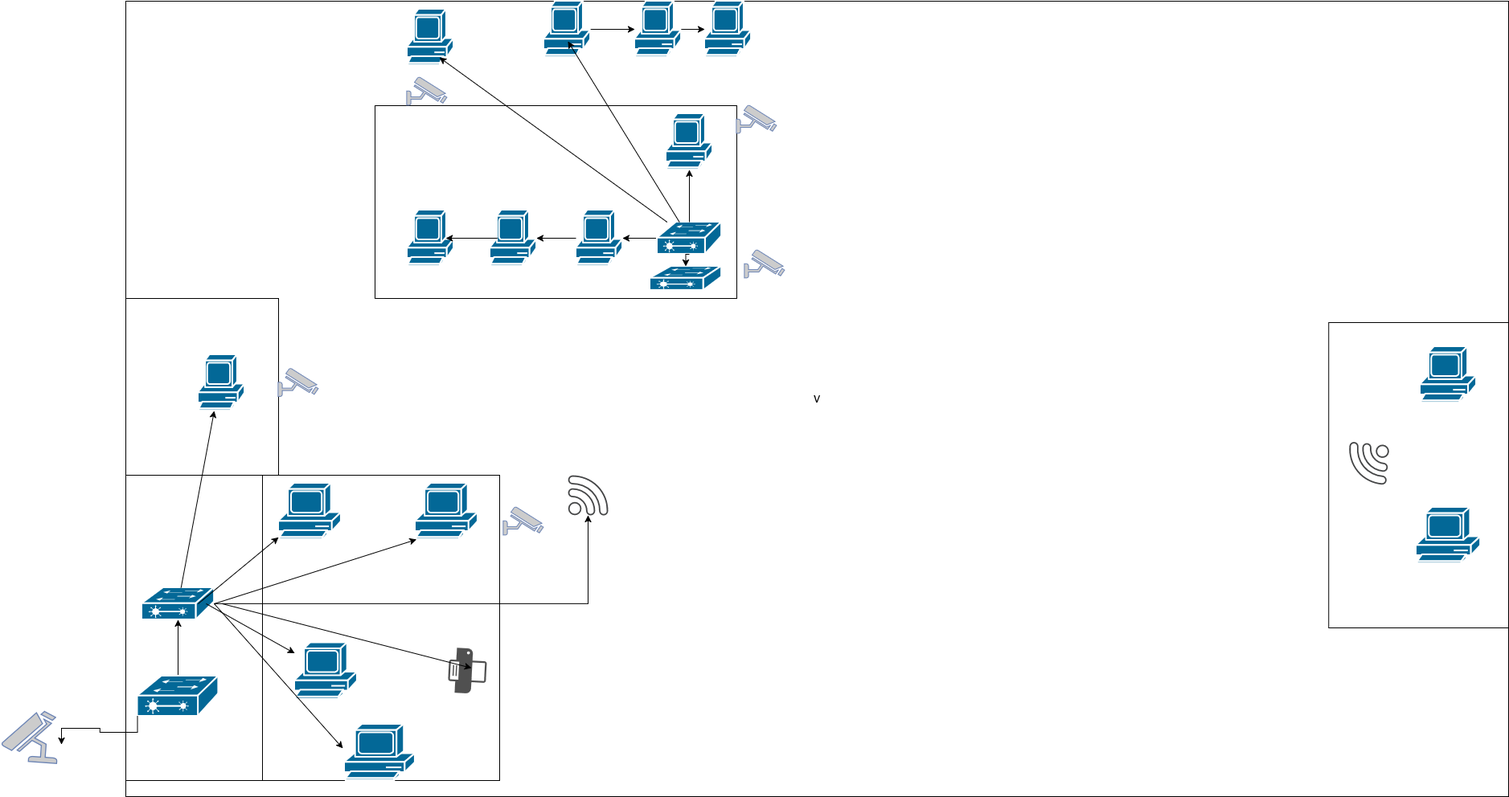
This is mapa_de_rede(Fábrica).drawio.png from GabrielBuenoSathler/mapa-de-rede, a draw.io export, as it was before one commit. Source tidied: cells renumbered, new cells last; positions are measured from the earlier drawing's top-left corner, leaving out a move shared by most shapes. The source it was exported from:
```xml
<mxGraphModel>
  <root>
    <mxCell id="0" />
    <mxCell id="1" parent="0" />
    <mxCell id="2" value="V" style="rounded=0;whiteSpace=wrap;html=1;" parent="1" vertex="1">
      <mxGeometry x="150" width="1720" height="990" as="geometry" />
    </mxCell>
    <mxCell id="3" style="rounded=0;whiteSpace=wrap;html=1;rotation=90;" parent="1" vertex="1">
      <mxGeometry x="195" y="550" width="380" height="460" as="geometry" />
    </mxCell>
    <mxCell id="4" style="rounded=0;whiteSpace=wrap;html=1;" parent="1" vertex="1">
      <mxGeometry x="150" y="590" width="170" height="380" as="geometry" />
    </mxCell>
    <mxCell id="5" style="edgeStyle=orthogonalEdgeStyle;rounded=0;jettySize=auto;html=1;" parent="1" edge="1" source="6" target="35">
      <mxGeometry relative="1" as="geometry" />
    </mxCell>
    <mxCell id="6" style="strokeColor=#ffffff;sketch=0;html=1;dashed=0;fillColor=#036897;strokeWidth=2;verticalLabelPosition=bottom;verticalAlign=top;align=center;outlineConnect=0;shape=mxgraph.cisco.switches.layer_2_remote_switch;" parent="1" vertex="1">
      <mxGeometry x="170" y="730" width="90" height="40" as="geometry" />
    </mxCell>
    <mxCell id="7" style="sketch=0;html=1;dashed=0;fillColor=#036897;strokeColor=#ffffff;strokeWidth=2;verticalLabelPosition=bottom;verticalAlign=top;align=center;outlineConnect=0;shape=mxgraph.cisco.computers_and_peripherals.pc;" parent="1" vertex="1">
      <mxGeometry x="340" y="600" width="78" height="70" as="geometry" />
    </mxCell>
    <mxCell id="8" style="sketch=0;html=1;dashed=0;fillColor=#036897;strokeColor=#ffffff;strokeWidth=2;verticalLabelPosition=bottom;verticalAlign=top;align=center;outlineConnect=0;shape=mxgraph.cisco.computers_and_peripherals.pc;" parent="1" vertex="1">
      <mxGeometry x="510" y="600" width="78" height="70" as="geometry" />
    </mxCell>
    <mxCell id="9" style="sketch=0;html=1;dashed=0;fillColor=#036897;strokeColor=#ffffff;strokeWidth=2;verticalLabelPosition=bottom;verticalAlign=top;align=center;outlineConnect=0;shape=mxgraph.cisco.computers_and_peripherals.pc;" parent="1" vertex="1">
      <mxGeometry x="360" y="798.5" width="78" height="70" as="geometry" />
    </mxCell>
    <mxCell id="10" style="sketch=0;shadow=0;dashed=0;html=1;strokeColor=none;fillColor=#505050;labelPosition=center;verticalLabelPosition=bottom;verticalAlign=top;align=center;shape=mxgraph.office.devices.printer;rotation=93;" parent="1" vertex="1">
      <mxGeometry x="547" y="810" width="56" height="47" as="geometry" />
    </mxCell>
    <mxCell id="11" style="rounded=0;whiteSpace=wrap;html=1;" parent="1" vertex="1">
      <mxGeometry x="150" y="370" width="190" height="220" as="geometry" />
    </mxCell>
    <mxCell id="12" style="sketch=0;html=1;dashed=0;fillColor=#036897;strokeColor=#ffffff;strokeWidth=2;verticalLabelPosition=bottom;verticalAlign=top;align=center;shape=mxgraph.cisco.computers_and_peripherals.pc;" parent="1" vertex="1">
      <mxGeometry x="240" y="440" width="58" height="70" as="geometry" />
    </mxCell>
    <mxCell id="13" style="rounded=0;whiteSpace=wrap;html=1;" parent="1" vertex="1">
      <mxGeometry x="460" y="130" width="450" height="240" as="geometry" />
    </mxCell>
    <mxCell id="14" style="edgeStyle=orthogonalEdgeStyle;rounded=0;jettySize=auto;html=1;" parent="1" edge="1" source="15" target="25">
      <mxGeometry relative="1" as="geometry" />
    </mxCell>
    <mxCell id="15" style="sketch=0;html=1;dashed=0;fillColor=#036897;strokeColor=#ffffff;strokeWidth=2;verticalLabelPosition=bottom;verticalAlign=top;align=center;outlineConnect=0;shape=mxgraph.cisco.computers_and_peripherals.pc;" parent="1" vertex="1">
      <mxGeometry x="710" y="260" width="58" height="70" as="geometry" />
    </mxCell>
    <mxCell id="16" style="sketch=0;html=1;dashed=0;fillColor=#036897;strokeColor=#ffffff;strokeWidth=2;verticalLabelPosition=bottom;verticalAlign=top;align=center;outlineConnect=0;shape=mxgraph.cisco.computers_and_peripherals.pc;" parent="1" vertex="1">
      <mxGeometry x="822" y="140" width="58" height="70" as="geometry" />
    </mxCell>
    <mxCell id="17" style="sketch=0;html=1;dashed=0;fillColor=#036897;strokeColor=#ffffff;strokeWidth=2;verticalLabelPosition=bottom;verticalAlign=top;align=center;outlineConnect=0;shape=mxgraph.cisco.computers_and_peripherals.pc;" parent="1" vertex="1">
      <mxGeometry x="870" width="58" height="70" as="geometry" />
    </mxCell>
    <mxCell id="18" style="edgeStyle=orthogonalEdgeStyle;rounded=0;jettySize=auto;html=1;" parent="1" edge="1" source="19" target="17">
      <mxGeometry relative="1" as="geometry" />
    </mxCell>
    <mxCell id="19" style="sketch=0;html=1;dashed=0;fillColor=#036897;strokeColor=#ffffff;strokeWidth=2;verticalLabelPosition=bottom;verticalAlign=top;align=center;outlineConnect=0;shape=mxgraph.cisco.computers_and_peripherals.pc;" parent="1" vertex="1">
      <mxGeometry x="783" width="58" height="70" as="geometry" />
    </mxCell>
    <mxCell id="20" style="edgeStyle=orthogonalEdgeStyle;rounded=0;jettySize=auto;html=1;" parent="1" edge="1" source="21" target="19">
      <mxGeometry relative="1" as="geometry" />
    </mxCell>
    <mxCell id="21" style="sketch=0;html=1;dashed=0;fillColor=#036897;strokeColor=#ffffff;strokeWidth=2;verticalLabelPosition=bottom;verticalAlign=top;align=center;outlineConnect=0;shape=mxgraph.cisco.computers_and_peripherals.pc;" parent="1" vertex="1">
      <mxGeometry x="670" width="58" height="70" as="geometry" />
    </mxCell>
    <mxCell id="22" style="edgeStyle=orthogonalEdgeStyle;rounded=0;jettySize=auto;html=1;exitX=0;exitY=0.5;exitDx=0;exitDy=0;exitPerimeter=0;" parent="1" edge="1" source="23" target="15">
      <mxGeometry relative="1" as="geometry" />
    </mxCell>
    <mxCell id="23" style="strokeColor=#ffffff;sketch=0;html=1;dashed=0;fillColor=#036897;strokeWidth=2;verticalLabelPosition=bottom;verticalAlign=top;align=center;outlineConnect=0;shape=mxgraph.cisco.switches.layer_2_remote_switch;" parent="1" vertex="1">
      <mxGeometry x="811" y="275" width="80" height="40" as="geometry" />
    </mxCell>
    <mxCell id="24" style="sketch=0;html=1;dashed=0;fillColor=#036897;strokeColor=#ffffff;strokeWidth=2;verticalLabelPosition=bottom;verticalAlign=top;align=center;shape=mxgraph.cisco.computers_and_peripherals.pc;" parent="1" vertex="1">
      <mxGeometry x="500" y="10" width="58" height="70" as="geometry" />
    </mxCell>
    <mxCell id="25" style="sketch=0;html=1;dashed=0;fillColor=#036897;strokeColor=#ffffff;strokeWidth=2;verticalLabelPosition=bottom;verticalAlign=top;align=center;outlineConnect=0;shape=mxgraph.cisco.computers_and_peripherals.pc;" parent="1" vertex="1">
      <mxGeometry x="603" y="260" width="58" height="70" as="geometry" />
    </mxCell>
    <mxCell id="26" style="sketch=0;html=1;dashed=0;fillColor=#036897;strokeColor=#ffffff;strokeWidth=2;verticalLabelPosition=bottom;verticalAlign=top;align=center;outlineConnect=0;shape=mxgraph.cisco.computers_and_peripherals.pc;" parent="1" vertex="1">
      <mxGeometry x="500" y="260" width="58" height="70" as="geometry" />
    </mxCell>
    <mxCell id="27" style="edgeStyle=orthogonalEdgeStyle;rounded=0;jettySize=auto;html=1;entryX=0.5;entryY=1;entryDx=0;entryDy=0;entryPerimeter=0;" parent="1" edge="1" source="23" target="16">
      <mxGeometry relative="1" as="geometry" />
    </mxCell>
    <mxCell id="28" style="edgeStyle=orthogonalEdgeStyle;rounded=0;jettySize=auto;html=1;exitX=0.16;exitY=0.5;exitDx=0;exitDy=0;exitPerimeter=0;entryX=0.83;entryY=0.5;entryDx=0;entryDy=0;entryPerimeter=0;" parent="1" edge="1" source="25" target="26">
      <mxGeometry relative="1" as="geometry" />
    </mxCell>
    <mxCell id="29" style="endArrow=classic;html=1;rounded=0;" parent="1" edge="1" source="23">
      <mxGeometry relative="1" as="geometry">
        <mxPoint x="540" y="70" as="targetPoint" />
      </mxGeometry>
    </mxCell>
    <mxCell id="30" style="endArrow=classic;html=1;rounded=0;" parent="1" edge="1" source="23">
      <mxGeometry relative="1" as="geometry">
        <mxPoint x="700" y="50" as="targetPoint" />
      </mxGeometry>
    </mxCell>
    <mxCell id="31" style="endArrow=classic;html=1;rounded=0;" parent="1" edge="1" target="7">
      <mxGeometry relative="1" as="geometry">
        <mxPoint x="240" y="750" as="sourcePoint" />
      </mxGeometry>
    </mxCell>
    <mxCell id="32" style="endArrow=classic;html=1;rounded=0;entryX=0.02;entryY=1;entryDx=0;entryDy=0;entryPerimeter=0;exitX=1;exitY=0.5;exitDx=0;exitDy=0;exitPerimeter=0;" parent="1" edge="1" source="6" target="8">
      <mxGeometry relative="1" as="geometry" />
    </mxCell>
    <mxCell id="33" style="endArrow=classic;html=1;rounded=0;" parent="1" edge="1" target="9">
      <mxGeometry relative="1" as="geometry">
        <mxPoint x="250" y="750" as="sourcePoint" />
      </mxGeometry>
    </mxCell>
    <mxCell id="34" style="endArrow=classic;html=1;rounded=0;" parent="1" edge="1" source="6">
      <mxGeometry relative="1" as="geometry">
        <mxPoint x="260" y="510" as="targetPoint" />
      </mxGeometry>
    </mxCell>
    <mxCell id="35" style="sketch=0;shadow=0;dashed=0;html=1;strokeColor=none;fillColor=#434445;labelPosition=center;verticalLabelPosition=bottom;verticalAlign=top;align=center;outlineConnect=0;shape=mxgraph.vvd.wi_fi;" parent="1" vertex="1">
      <mxGeometry x="700" y="590" width="50" height="50" as="geometry" />
    </mxCell>
    <mxCell id="36" style="endArrow=classic;html=1;rounded=0;" parent="1" edge="1">
      <mxGeometry relative="1" as="geometry">
        <mxPoint x="270" y="750" as="sourcePoint" />
        <mxPoint x="580" y="830" as="targetPoint" />
      </mxGeometry>
    </mxCell>
    <mxCell id="37" style="sketch=0;html=1;dashed=0;fillColor=#036897;strokeColor=#ffffff;strokeWidth=2;verticalLabelPosition=bottom;verticalAlign=top;align=center;shape=mxgraph.cisco.computers_and_peripherals.pc;" parent="1" vertex="1">
      <mxGeometry x="422" y="900" width="88" height="70" as="geometry" />
    </mxCell>
    <mxCell id="38" style="endArrow=classic;html=1;rounded=0;exitX=1;exitY=0.5;exitDx=0;exitDy=0;exitPerimeter=0;" parent="1" edge="1" source="6">
      <mxGeometry relative="1" as="geometry">
        <mxPoint x="420" y="930" as="targetPoint" />
      </mxGeometry>
    </mxCell>
    <mxCell id="39" style="edgeStyle=orthogonalEdgeStyle;rounded=0;jettySize=auto;html=1;" parent="1" edge="1" source="40" target="6">
      <mxGeometry relative="1" as="geometry" />
    </mxCell>
    <mxCell id="40" style="strokeColor=#ffffff;sketch=0;html=1;dashed=0;fillColor=#036897;strokeWidth=2;verticalLabelPosition=bottom;verticalAlign=top;align=center;outlineConnect=0;shape=mxgraph.cisco.switches.layer_2_remote_switch;" parent="1" vertex="1">
      <mxGeometry x="164.5" y="840" width="101" height="50" as="geometry" />
    </mxCell>
    <mxCell id="41" style="fontColor=#0066CC;verticalAlign=top;verticalLabelPosition=bottom;labelPosition=center;align=center;html=1;fillColor=#CCCCCC;strokeColor=#6881B3;gradientColor=none;gradientDirection=north;strokeWidth=2;shape=mxgraph.networks.security_camera;rotation=-86;" parent="1" vertex="1">
      <mxGeometry y="880" width="63.5" height="70" as="geometry" />
    </mxCell>
    <mxCell id="42" style="edgeStyle=orthogonalEdgeStyle;rounded=0;jettySize=auto;html=1;exitX=0;exitY=1;exitDx=0;exitDy=0;exitPerimeter=0;" parent="1" edge="1" source="40">
      <mxGeometry relative="1" as="geometry">
        <mxPoint x="70" y="925" as="targetPoint" />
      </mxGeometry>
    </mxCell>
    <mxCell id="43" style="rounded=0;whiteSpace=wrap;html=1;rotation=90;" parent="1" vertex="1">
      <mxGeometry x="1568.1" y="478.1" width="380" height="223.8" as="geometry" />
    </mxCell>
    <mxCell id="44" style="sketch=0;html=1;dashed=0;fillColor=#036897;strokeColor=#ffffff;strokeWidth=2;verticalLabelPosition=bottom;verticalAlign=top;align=center;shape=mxgraph.cisco.computers_and_peripherals.pc;" parent="1" vertex="1">
      <mxGeometry x="1760" y="430" width="70" height="70" as="geometry" />
    </mxCell>
    <mxCell id="45" style="sketch=0;html=1;dashed=0;fillColor=#036897;strokeColor=#ffffff;strokeWidth=2;verticalLabelPosition=bottom;verticalAlign=top;align=center;shape=mxgraph.cisco.computers_and_peripherals.pc;" parent="1" vertex="1">
      <mxGeometry x="1755" y="630" width="80" height="70" as="geometry" />
    </mxCell>
    <mxCell id="46" style="sketch=0;shadow=0;dashed=0;html=1;strokeColor=none;fillColor=#434445;labelPosition=center;verticalLabelPosition=bottom;verticalAlign=top;align=center;shape=mxgraph.vvd.wi_fi;rotation=-175;" parent="1" vertex="1">
      <mxGeometry x="1670" y="550" width="50" height="50" as="geometry" />
    </mxCell>
    <mxCell id="47" style="strokeColor=#ffffff;sketch=0;html=1;dashed=0;fillColor=#036897;strokeWidth=2;verticalLabelPosition=bottom;verticalAlign=top;align=center;outlineConnect=0;shape=mxgraph.cisco.switches.layer_2_remote_switch;" parent="1" vertex="1">
      <mxGeometry x="802" y="330" width="89" height="30" as="geometry" />
    </mxCell>
    <mxCell id="48" style="edgeStyle=orthogonalEdgeStyle;rounded=0;jettySize=auto;html=1;exitX=0.5;exitY=1;exitDx=0;exitDy=0;exitPerimeter=0;entryX=0.5;entryY=0;entryDx=0;entryDy=0;entryPerimeter=0;" parent="1" edge="1" source="23" target="47">
      <mxGeometry relative="1" as="geometry" />
    </mxCell>
    <mxCell id="49" style="fontColor=#0066CC;verticalAlign=top;verticalLabelPosition=bottom;labelPosition=center;align=center;html=1;fillColor=#CCCCCC;strokeColor=#6881B3;gradientColor=none;gradientDirection=north;strokeWidth=2;shape=mxgraph.networks.security_camera;" parent="1" vertex="1">
      <mxGeometry x="920" y="310" width="50" height="35" as="geometry" />
    </mxCell>
    <mxCell id="50" style="fontColor=#0066CC;verticalAlign=top;verticalLabelPosition=bottom;labelPosition=center;align=center;html=1;fillColor=#CCCCCC;strokeColor=#6881B3;gradientColor=none;gradientDirection=north;strokeWidth=2;shape=mxgraph.networks.security_camera;" parent="1" vertex="1">
      <mxGeometry x="500" y="95" width="50" height="35" as="geometry" />
    </mxCell>
    <mxCell id="51" style="fontColor=#0066CC;verticalAlign=top;verticalLabelPosition=bottom;labelPosition=center;align=center;html=1;fillColor=#CCCCCC;strokeColor=#6881B3;gradientColor=none;gradientDirection=north;strokeWidth=2;shape=mxgraph.networks.security_camera;" parent="1" vertex="1">
      <mxGeometry x="910" y="130" width="50" height="35" as="geometry" />
    </mxCell>
    <mxCell id="52" style="fontColor=#0066CC;verticalAlign=top;verticalLabelPosition=bottom;labelPosition=center;align=center;html=1;fillColor=#CCCCCC;strokeColor=#6881B3;gradientColor=none;gradientDirection=north;strokeWidth=2;shape=mxgraph.networks.security_camera;" parent="1" vertex="1">
      <mxGeometry x="620" y="630" width="50" height="35" as="geometry" />
    </mxCell>
    <mxCell id="53" style="fontColor=#0066CC;verticalAlign=top;verticalLabelPosition=bottom;labelPosition=center;align=center;html=1;fillColor=#CCCCCC;strokeColor=#6881B3;gradientColor=none;gradientDirection=north;strokeWidth=2;shape=mxgraph.networks.security_camera;" parent="1" vertex="1">
      <mxGeometry x="340" y="457.5" width="50" height="35" as="geometry" />
    </mxCell>
  </root>
</mxGraphModel>
```
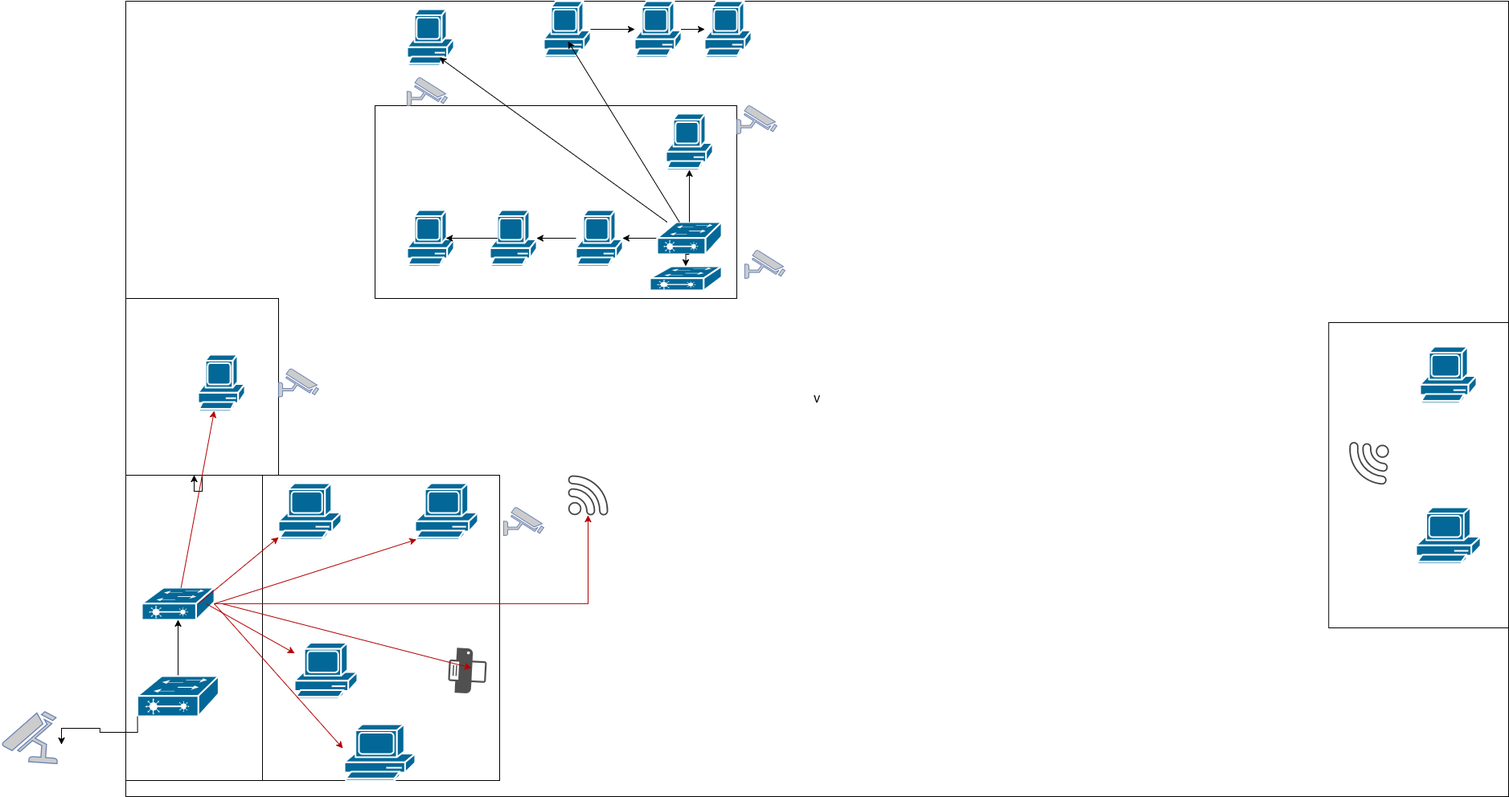
After the change.

The edit, as a diff of the source:
```diff
@@ -11,7 +11,7 @@
     <mxCell id="4" style="rounded=0;whiteSpace=wrap;html=1;" parent="1" vertex="1">
       <mxGeometry x="150" y="590" width="170" height="380" as="geometry" />
     </mxCell>
-    <mxCell id="5" style="edgeStyle=orthogonalEdgeStyle;rounded=0;jettySize=auto;html=1;" parent="1" edge="1" source="6" target="35">
+    <mxCell id="5" style="edgeStyle=orthogonalEdgeStyle;rounded=0;jettySize=auto;html=1;fillColor=#e51400;strokeColor=#B20000;" parent="1" edge="1" source="6" target="35">
       <mxGeometry relative="1" as="geometry" />
     </mxCell>
     <mxCell id="6" style="strokeColor=#ffffff;sketch=0;html=1;dashed=0;fillColor=#036897;strokeWidth=2;verticalLabelPosition=bottom;verticalAlign=top;align=center;outlineConnect=0;shape=mxgraph.cisco.switches.layer_2_remote_switch;" parent="1" vertex="1">
@@ -29,6 +29,9 @@
     <mxCell id="10" style="sketch=0;shadow=0;dashed=0;html=1;strokeColor=none;fillColor=#505050;labelPosition=center;verticalLabelPosition=bottom;verticalAlign=top;align=center;shape=mxgraph.office.devices.printer;rotation=93;" parent="1" vertex="1">
       <mxGeometry x="547" y="810" width="56" height="47" as="geometry" />
     </mxCell>
+    <mxCell id="54" style="edgeStyle=orthogonalEdgeStyle;rounded=0;jettySize=auto;html=1;" parent="1" edge="1" source="11" target="4">
+      <mxGeometry relative="1" as="geometry" />
+    </mxCell>
     <mxCell id="11" style="rounded=0;whiteSpace=wrap;html=1;" parent="1" vertex="1">
       <mxGeometry x="150" y="370" width="190" height="220" as="geometry" />
     </mxCell>
@@ -93,20 +96,20 @@
         <mxPoint x="700" y="50" as="targetPoint" />
       </mxGeometry>
     </mxCell>
-    <mxCell id="31" style="endArrow=classic;html=1;rounded=0;" parent="1" edge="1" target="7">
+    <mxCell id="31" style="endArrow=classic;html=1;rounded=0;fillColor=#e51400;strokeColor=#B20000;" parent="1" edge="1" target="7">
       <mxGeometry relative="1" as="geometry">
         <mxPoint x="240" y="750" as="sourcePoint" />
       </mxGeometry>
     </mxCell>
-    <mxCell id="32" style="endArrow=classic;html=1;rounded=0;entryX=0.02;entryY=1;entryDx=0;entryDy=0;entryPerimeter=0;exitX=1;exitY=0.5;exitDx=0;exitDy=0;exitPerimeter=0;" parent="1" edge="1" source="6" target="8">
+    <mxCell id="32" style="endArrow=classic;html=1;rounded=0;entryX=0.02;entryY=1;entryDx=0;entryDy=0;entryPerimeter=0;exitX=1;exitY=0.5;exitDx=0;exitDy=0;exitPerimeter=0;fillColor=#e51400;strokeColor=#B20000;" parent="1" edge="1" source="6" target="8">
       <mxGeometry relative="1" as="geometry" />
     </mxCell>
-    <mxCell id="33" style="endArrow=classic;html=1;rounded=0;" parent="1" edge="1" target="9">
+    <mxCell id="33" style="endArrow=classic;html=1;rounded=0;fillColor=#e51400;strokeColor=#B20000;" parent="1" edge="1" target="9">
       <mxGeometry relative="1" as="geometry">
         <mxPoint x="250" y="750" as="sourcePoint" />
       </mxGeometry>
     </mxCell>
-    <mxCell id="34" style="endArrow=classic;html=1;rounded=0;" parent="1" edge="1" source="6">
+    <mxCell id="34" style="endArrow=classic;html=1;rounded=0;fillColor=#e51400;strokeColor=#B20000;" parent="1" edge="1" source="6">
       <mxGeometry relative="1" as="geometry">
         <mxPoint x="260" y="510" as="targetPoint" />
       </mxGeometry>
@@ -114,7 +117,7 @@
     <mxCell id="35" style="sketch=0;shadow=0;dashed=0;html=1;strokeColor=none;fillColor=#434445;labelPosition=center;verticalLabelPosition=bottom;verticalAlign=top;align=center;outlineConnect=0;shape=mxgraph.vvd.wi_fi;" parent="1" vertex="1">
       <mxGeometry x="700" y="590" width="50" height="50" as="geometry" />
     </mxCell>
-    <mxCell id="36" style="endArrow=classic;html=1;rounded=0;" parent="1" edge="1">
+    <mxCell id="36" style="endArrow=classic;html=1;rounded=0;fillColor=#e51400;strokeColor=#B20000;" parent="1" edge="1">
       <mxGeometry relative="1" as="geometry">
         <mxPoint x="270" y="750" as="sourcePoint" />
         <mxPoint x="580" y="830" as="targetPoint" />
@@ -123,7 +126,7 @@
     <mxCell id="37" style="sketch=0;html=1;dashed=0;fillColor=#036897;strokeColor=#ffffff;strokeWidth=2;verticalLabelPosition=bottom;verticalAlign=top;align=center;shape=mxgraph.cisco.computers_and_peripherals.pc;" parent="1" vertex="1">
       <mxGeometry x="422" y="900" width="88" height="70" as="geometry" />
     </mxCell>
-    <mxCell id="38" style="endArrow=classic;html=1;rounded=0;exitX=1;exitY=0.5;exitDx=0;exitDy=0;exitPerimeter=0;" parent="1" edge="1" source="6">
+    <mxCell id="38" style="endArrow=classic;html=1;rounded=0;exitX=1;exitY=0.5;exitDx=0;exitDy=0;exitPerimeter=0;fillColor=#e51400;strokeColor=#B20000;" parent="1" edge="1" source="6">
       <mxGeometry relative="1" as="geometry">
         <mxPoint x="420" y="930" as="targetPoint" />
       </mxGeometry>
```
